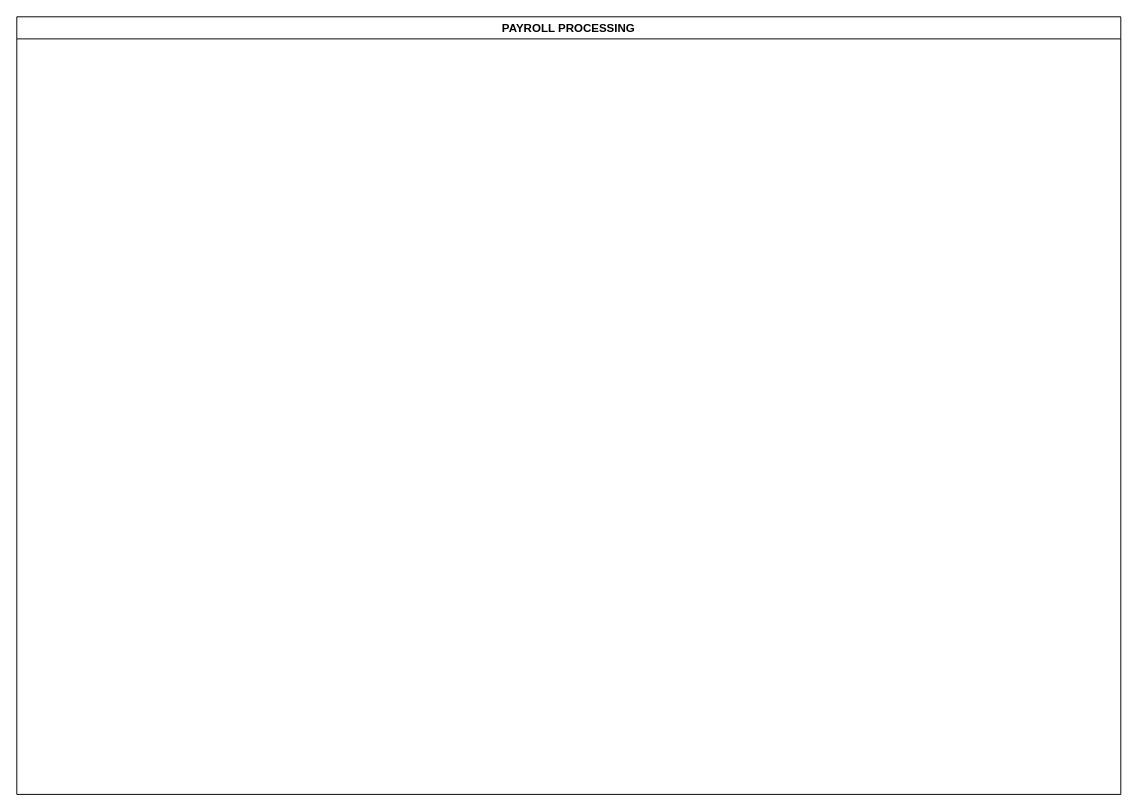
Earlier version of the draw.io diagram KEFRI-FIN-PAYROLL PROCESSING.drawio (kmagua/flowcharts). Source tidied: cells renumbered, new cells numbered last; positions are measured from the earlier drawing's top-left corner, leaving out a move shared by most shapes. Both pictures are drawn from the tidied source at 96%, with x=0, y=0 at pixel (16, 16).
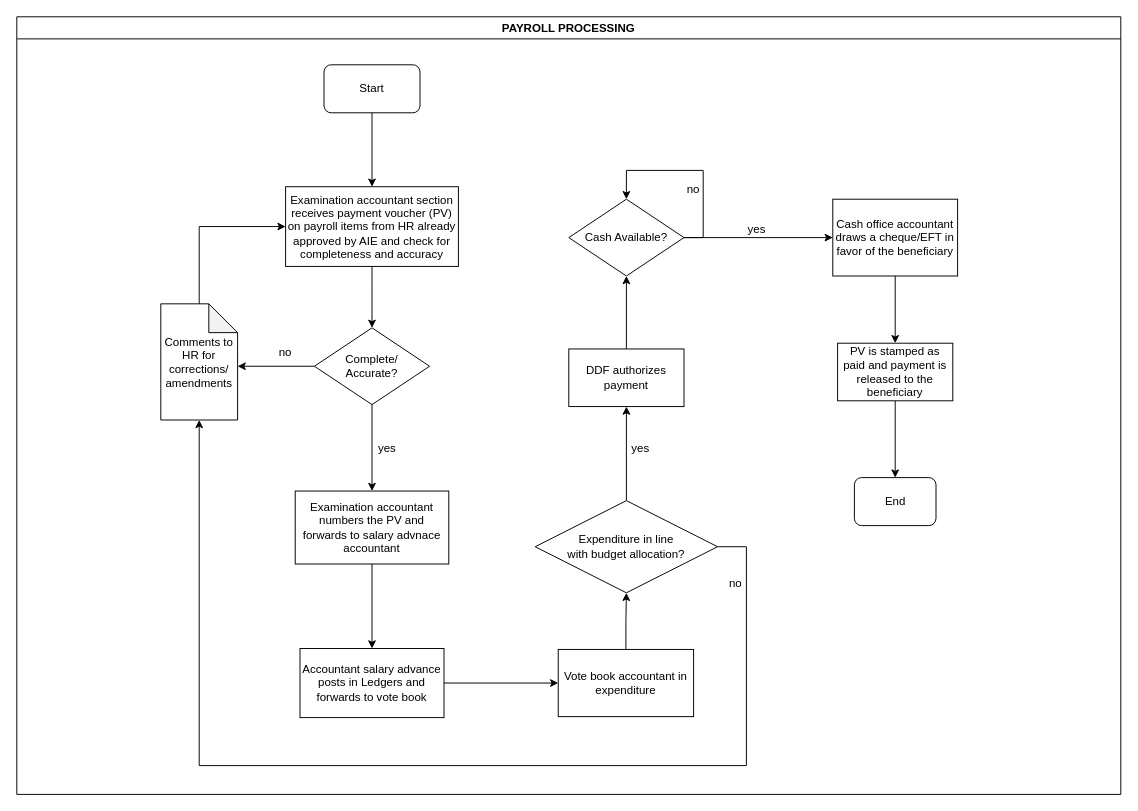
Above is the later version.

The change refers to these unchanged cells:
```xml
<mxCell id="2" value="PAYROLL PROCESSING" style="swimlane;" parent="1" vertex="1">
  <mxGeometry width="1150" height="810" as="geometry" />
</mxCell>
```

Change to the diagram source:
```diff
@@
+    <mxCell id="3" value="Start" style="rounded=1;whiteSpace=wrap;html=1;" parent="2" vertex="1">
+      <mxGeometry x="320" y="50" width="100" height="50" as="geometry" />
+    </mxCell>
+    <mxCell id="4" value="Examination accountant section receives payment voucher (PV) on payroll items from HR already approved by AIE and check for completeness and accuracy" style="rounded=0;whiteSpace=wrap;html=1;" parent="2" vertex="1">
+      <mxGeometry x="280" y="177" width="180" height="83" as="geometry" />
+    </mxCell>
+    <mxCell id="5" style="edgeStyle=orthogonalEdgeStyle;rounded=0;jettySize=auto;html=1;entryX=0.5;entryY=0;entryDx=0;entryDy=0;" parent="2" edge="1" source="3" target="4">
+      <mxGeometry relative="1" as="geometry" />
+    </mxCell>
+    <mxCell id="6" value="&lt;div&gt;Complete/&lt;/div&gt;&lt;div&gt;Accurate?&lt;br&gt;&lt;/div&gt;" style="rhombus;whiteSpace=wrap;html=1;rounded=0;" parent="2" vertex="1">
+      <mxGeometry x="310" y="324" width="120" height="80" as="geometry" />
+    </mxCell>
+    <mxCell id="7" style="edgeStyle=orthogonalEdgeStyle;rounded=0;jettySize=auto;html=1;" parent="2" edge="1" source="4" target="6">
+      <mxGeometry relative="1" as="geometry">
+        <Array as="points">
+          <mxPoint x="370" y="280" />
+          <mxPoint x="370" y="280" />
+        </Array>
+      </mxGeometry>
+    </mxCell>
+    <mxCell id="8" value="yes" style="text;html=1;strokeColor=none;fillColor=none;align=center;verticalAlign=middle;whiteSpace=wrap;rounded=0;" parent="2" vertex="1">
+      <mxGeometry x="366" y="440" width="40" height="20" as="geometry" />
+    </mxCell>
+    <mxCell id="9" value="&lt;div&gt;Comments to HR for corrections/ amendments &lt;/div&gt;" style="shape=note;whiteSpace=wrap;html=1;backgroundOutline=1;darkOpacity=0.05;" parent="2" vertex="1">
+      <mxGeometry x="150" y="299" width="80" height="121" as="geometry" />
+    </mxCell>
+    <mxCell id="10" style="edgeStyle=orthogonalEdgeStyle;rounded=0;jettySize=auto;html=1;entryX=0;entryY=0;entryDx=80;entryDy=65;entryPerimeter=0;" parent="2" edge="1" source="6" target="9">
+      <mxGeometry relative="1" as="geometry" />
+    </mxCell>
+    <mxCell id="11" style="edgeStyle=orthogonalEdgeStyle;rounded=0;jettySize=auto;html=1;entryX=0;entryY=0.5;entryDx=0;entryDy=0;" parent="2" edge="1" source="9" target="4">
+      <mxGeometry relative="1" as="geometry">
+        <Array as="points">
+          <mxPoint x="190" y="219" />
+        </Array>
+      </mxGeometry>
+    </mxCell>
+    <mxCell id="12" value="no" style="text;html=1;strokeColor=none;fillColor=none;align=center;verticalAlign=middle;whiteSpace=wrap;rounded=0;" parent="2" vertex="1">
+      <mxGeometry x="260" y="340" width="40" height="20" as="geometry" />
+    </mxCell>
+    <mxCell id="13" value="Vote book accountant in expenditure" style="whiteSpace=wrap;html=1;rounded=0;" parent="2" vertex="1">
+      <mxGeometry x="564" y="659" width="141" height="70" as="geometry" />
+    </mxCell>
+    <mxCell id="14" value="yes" style="text;html=1;strokeColor=none;fillColor=none;align=center;verticalAlign=middle;whiteSpace=wrap;rounded=0;" parent="2" vertex="1">
+      <mxGeometry x="630" y="440" width="40" height="20" as="geometry" />
+    </mxCell>
+    <mxCell id="15" value="Cash Available?" style="rhombus;whiteSpace=wrap;html=1;rounded=0;" parent="2" vertex="1">
+      <mxGeometry x="575" y="190" width="120" height="80" as="geometry" />
+    </mxCell>
+    <mxCell id="16" value="Cash office accountant draws a cheque/EFT in favor of the beneficiary" style="whiteSpace=wrap;html=1;rounded=0;" parent="2" vertex="1">
+      <mxGeometry x="850" y="190" width="130" height="80" as="geometry" />
+    </mxCell>
+    <mxCell id="17" style="edgeStyle=orthogonalEdgeStyle;rounded=0;orthogonalLoop=1;jettySize=auto;html=1;exitX=1;exitY=0.5;exitDx=0;exitDy=0;entryX=0.5;entryY=0;entryDx=0;entryDy=0;" parent="2" edge="1" source="15" target="15">
+      <mxGeometry relative="1" as="geometry">
+        <Array as="points">
+          <mxPoint x="715" y="230" />
+          <mxPoint x="715" y="160" />
+          <mxPoint x="635" y="160" />
+        </Array>
+      </mxGeometry>
+    </mxCell>
+    <mxCell id="18" value="End" style="rounded=1;whiteSpace=wrap;html=1;" parent="2" vertex="1">
+      <mxGeometry x="872.5" y="480" width="85" height="50" as="geometry" />
+    </mxCell>
+    <mxCell id="19" value="yes" style="text;html=1;strokeColor=none;fillColor=none;align=center;verticalAlign=middle;whiteSpace=wrap;rounded=0;" parent="2" vertex="1">
+      <mxGeometry x="751" y="212" width="40" height="20" as="geometry" />
+    </mxCell>
+    <mxCell id="20" style="edgeStyle=orthogonalEdgeStyle;rounded=0;jettySize=auto;html=1;entryX=0;entryY=0.5;entryDx=0;entryDy=0;" parent="2" edge="1" source="15" target="16">
+      <mxGeometry relative="1" as="geometry" />
+    </mxCell>
+    <mxCell id="21" value="no" style="text;html=1;strokeColor=none;fillColor=none;align=center;verticalAlign=middle;whiteSpace=wrap;rounded=0;" parent="2" vertex="1">
+      <mxGeometry x="685" y="170" width="40" height="20" as="geometry" />
+    </mxCell>
+    <mxCell id="22" style="edgeStyle=orthogonalEdgeStyle;rounded=0;jettySize=auto;html=1;" parent="1" edge="1" source="23" target="26">
+      <mxGeometry relative="1" as="geometry" />
+    </mxCell>
+    <mxCell id="23" value="Examination accountant numbers the PV and forwards to salary advnace accountant" style="whiteSpace=wrap;html=1;rounded=0;" parent="1" vertex="1">
+      <mxGeometry x="290" y="494" width="160" height="76" as="geometry" />
+    </mxCell>
+    <mxCell id="24" style="edgeStyle=orthogonalEdgeStyle;rounded=0;jettySize=auto;html=1;" parent="1" edge="1" source="6" target="23">
+      <mxGeometry relative="1" as="geometry" />
+    </mxCell>
+    <mxCell id="25" style="edgeStyle=orthogonalEdgeStyle;rounded=0;jettySize=auto;html=1;" parent="1" edge="1" source="26" target="13">
+      <mxGeometry relative="1" as="geometry" />
+    </mxCell>
+    <mxCell id="26" value="Accountant salary advance posts in Ledgers and forwards to vote book" style="whiteSpace=wrap;html=1;rounded=0;" parent="1" vertex="1">
+      <mxGeometry x="295" y="658" width="150" height="72" as="geometry" />
+    </mxCell>
+    <mxCell id="27" style="edgeStyle=orthogonalEdgeStyle;rounded=0;jettySize=auto;html=1;" parent="1" edge="1" source="29" target="32">
+      <mxGeometry relative="1" as="geometry" />
+    </mxCell>
+    <mxCell id="28" style="edgeStyle=orthogonalEdgeStyle;rounded=0;jettySize=auto;html=1;entryX=0.5;entryY=1;entryDx=0;entryDy=0;entryPerimeter=0;" parent="1" edge="1" source="29" target="9">
+      <mxGeometry relative="1" as="geometry">
+        <Array as="points">
+          <mxPoint x="760" y="552" />
+          <mxPoint x="760" y="780" />
+          <mxPoint x="190" y="780" />
+        </Array>
+      </mxGeometry>
+    </mxCell>
+    <mxCell id="29" value="&lt;div&gt;Expenditure in line &lt;br&gt;&lt;/div&gt;&lt;div&gt;with budget allocation?&lt;/div&gt;" style="rhombus;whiteSpace=wrap;html=1;rounded=0;" parent="1" vertex="1">
+      <mxGeometry x="540" y="504" width="190" height="96" as="geometry" />
+    </mxCell>
+    <mxCell id="30" style="edgeStyle=orthogonalEdgeStyle;rounded=0;jettySize=auto;html=1;" parent="1" edge="1" source="13" target="29">
+      <mxGeometry relative="1" as="geometry" />
+    </mxCell>
+    <mxCell id="31" style="edgeStyle=orthogonalEdgeStyle;rounded=0;jettySize=auto;html=1;entryX=0.5;entryY=1;entryDx=0;entryDy=0;" parent="1" edge="1" source="32" target="15">
+      <mxGeometry relative="1" as="geometry" />
+    </mxCell>
+    <mxCell id="32" value="DDF authorizes payment" style="whiteSpace=wrap;html=1;rounded=0;" parent="1" vertex="1">
+      <mxGeometry x="575" y="346" width="120" height="60" as="geometry" />
+    </mxCell>
+    <mxCell id="33" value="no" style="text;html=1;strokeColor=none;fillColor=none;align=center;verticalAlign=middle;whiteSpace=wrap;rounded=0;" parent="1" vertex="1">
+      <mxGeometry x="729" y="580" width="40" height="20" as="geometry" />
+    </mxCell>
+    <mxCell id="34" style="edgeStyle=orthogonalEdgeStyle;rounded=0;jettySize=auto;html=1;entryX=0.5;entryY=0;entryDx=0;entryDy=0;" parent="1" edge="1" source="35" target="18">
+      <mxGeometry relative="1" as="geometry" />
+    </mxCell>
+    <mxCell id="35" value="PV is stamped as paid and payment is released to the beneficiary" style="whiteSpace=wrap;html=1;rounded=0;" parent="1" vertex="1">
+      <mxGeometry x="855" y="340" width="120" height="60" as="geometry" />
+    </mxCell>
+    <mxCell id="36" style="edgeStyle=orthogonalEdgeStyle;rounded=0;jettySize=auto;html=1;" parent="1" edge="1" source="16" target="35">
+      <mxGeometry relative="1" as="geometry" />
+    </mxCell>
```
